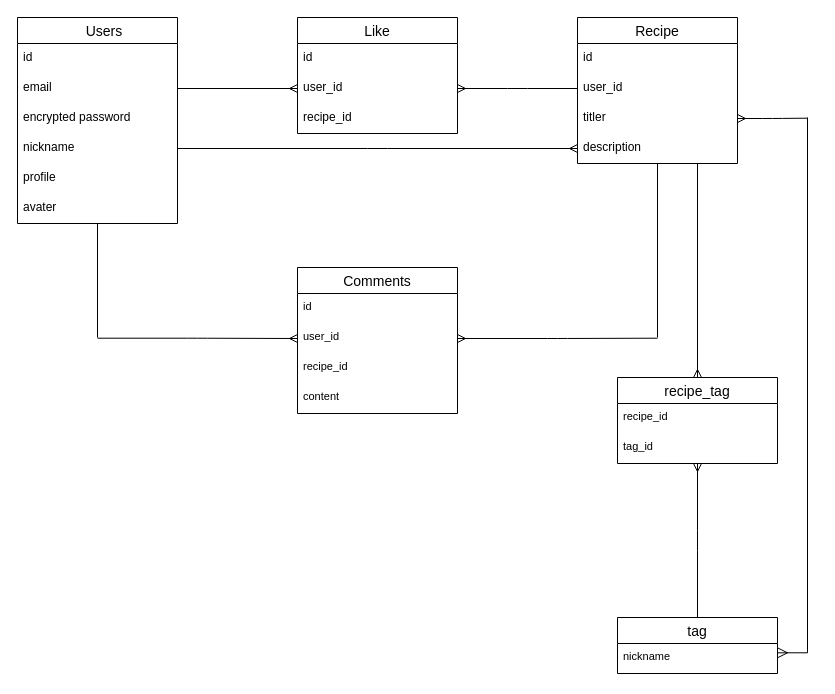
This is child-recipe.dio from sugita-daiki/child-recipe, a draw.io file, before an edit. Source tidied: cells renumbered, new cells numbered last; positions are measured from the earlier drawing's top-left corner, leaving out a move shared by most shapes. Both pictures are drawn from the tidied source at 100%, with x=0, y=0 at pixel (17, 17).
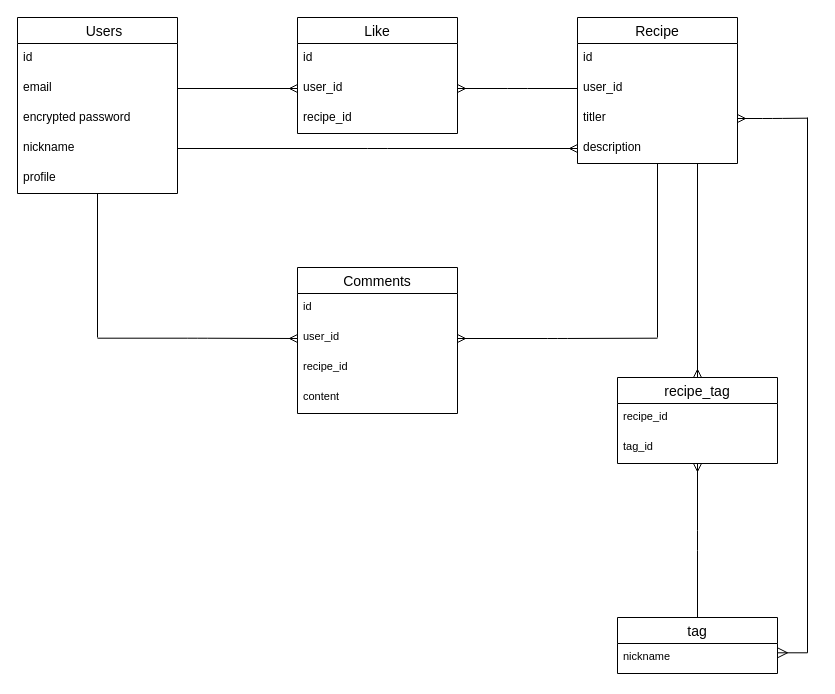
Above is the later version.

What changed in the source:
```diff
@@
     <mxCell id="3" value="　Users" style="swimlane;fontStyle=0;horizontal=1;startSize=26;align=center;fontSize=14;" parent="1" vertex="1">
-      <mxGeometry width="160" height="206" as="geometry" />
+      <mxGeometry width="160" height="176" as="geometry" />
     </mxCell>
@@
-    <mxCell id="9" value="avater" style="text;strokeColor=none;fillColor=none;spacingLeft=4;spacingRight=4;overflow=hidden;fontSize=12;whiteSpace=wrap;html=1;" parent="3" vertex="1">
-      <mxGeometry y="176" width="160" height="30" as="geometry" />
-    </mxCell>
```
